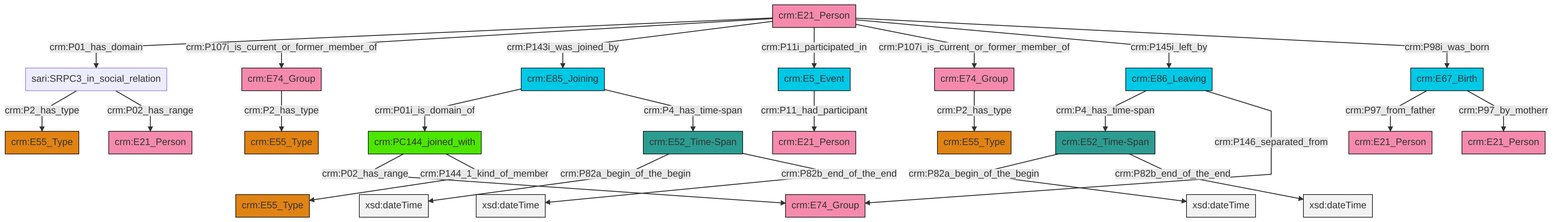
swiss-art-research-net/reference-data-models keeps this Mermaid diagram as et/personCSV/ttl/mmd/png/Person_Actor_Relations.png. Above is the earlier version. Its source is kept beside it as et/personCSV/ttl/mmd/Person_Actor_Relations.ttl.mmd.
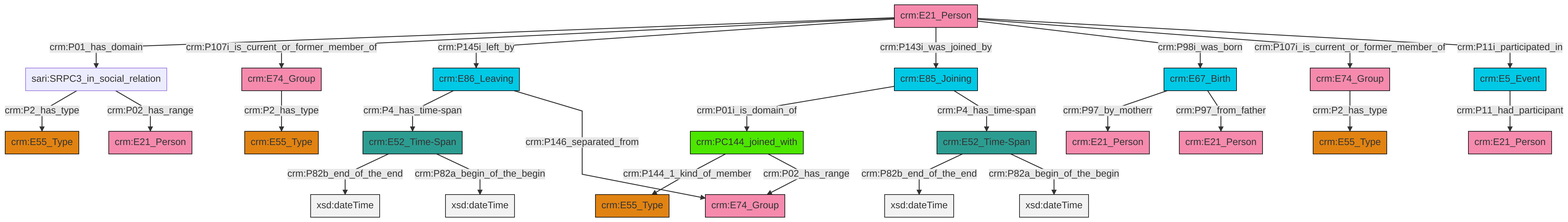
The same diagram one commit later.

Change to the diagram source:
```diff
@@ -13,27 +13,27 @@
 classDef PC_Classes fill:#4ce600, stroke:#000000;
 classDef Multi fill:#cccccc,stroke:#000000;
 
-6["crm:E52_Time-Span"]:::Time-Span -->|crm:P82a_begin_of_the_begin| 7[xsd:dateTime]:::Literal
-6["crm:E52_Time-Span"]:::Time-Span -->|crm:P82b_end_of_the_end| 8[xsd:dateTime]:::Literal
-9["crm:E85_Joining"]:::Temporal_Entity -->|crm:P01i_is_domain_of| 10["crm:PC144_joined_with"]:::PC_Classes
-0["crm:E86_Leaving"]:::Temporal_Entity -->|crm:P4_has_time-span| 11["crm:E52_Time-Span"]:::Time-Span
-10["crm:PC144_joined_with"]:::PC_Classes -->|crm:P02_has_range| 12["crm:E74_Group"]:::Actor
-4["crm:E67_Birth"]:::Temporal_Entity -->|crm:P97_from_father| 14["crm:E21_Person"]:::Actor
-16["crm:E21_Person"]:::Actor -->|crm:P01_has_domain| 17["sari:SRPC3_in_social_relation"]:::Default
-16["crm:E21_Person"]:::Actor -->|crm:P107i_is_current_or_former_member_of| 18["crm:E74_Group"]:::Actor
-10["crm:PC144_joined_with"]:::PC_Classes -->|crm:P144_1_kind_of_member| 19["crm:E55_Type"]:::Type
-16["crm:E21_Person"]:::Actor -->|crm:P143i_was_joined_by| 9["crm:E85_Joining"]:::Temporal_Entity
-22["crm:E74_Group"]:::Actor -->|crm:P2_has_type| 23["crm:E55_Type"]:::Type
-16["crm:E21_Person"]:::Actor -->|crm:P11i_participated_in| 24["crm:E5_Event"]:::Temporal_Entity
-24["crm:E5_Event"]:::Temporal_Entity -->|crm:P11_had_participant| 25["crm:E21_Person"]:::Actor
-18["crm:E74_Group"]:::Actor -->|crm:P2_has_type| 26["crm:E55_Type"]:::Type
-9["crm:E85_Joining"]:::Temporal_Entity -->|crm:P4_has_time-span| 6["crm:E52_Time-Span"]:::Time-Span
-17["sari:SRPC3_in_social_relation"]:::Default -->|crm:P2_has_type| 28["crm:E55_Type"]:::Type
-4["crm:E67_Birth"]:::Temporal_Entity -->|crm:P97_by_motherr| 30["crm:E21_Person"]:::Actor
-16["crm:E21_Person"]:::Actor -->|crm:P107i_is_current_or_former_member_of| 22["crm:E74_Group"]:::Actor
-11["crm:E52_Time-Span"]:::Time-Span -->|crm:P82a_begin_of_the_begin| 38[xsd:dateTime]:::Literal
-17["sari:SRPC3_in_social_relation"]:::Default -->|crm:P02_has_range| 2["crm:E21_Person"]:::Actor
-11["crm:E52_Time-Span"]:::Time-Span -->|crm:P82b_end_of_the_end| 41[xsd:dateTime]:::Literal
-16["crm:E21_Person"]:::Actor -->|crm:P145i_left_by| 0["crm:E86_Leaving"]:::Temporal_Entity
-16["crm:E21_Person"]:::Actor -->|crm:P98i_was_born| 4["crm:E67_Birth"]:::Temporal_Entity
-0["crm:E86_Leaving"]:::Temporal_Entity -->|crm:P146_separated_from| 12["crm:E74_Group"]:::Actor
+2["crm:PC144_joined_with"]:::PC_Classes -->|crm:P144_1_kind_of_member| 4["crm:E55_Type"]:::Type
+5["crm:E21_Person"]:::Actor -->|crm:P01_has_domain| 6["sari:SRPC3_in_social_relation"]:::Default
+7["crm:E74_Group"]:::Actor -->|crm:P2_has_type| 8["crm:E55_Type"]:::Type
+14["crm:E86_Leaving"]:::Temporal_Entity -->|crm:P4_has_time-span| 15["crm:E52_Time-Span"]:::Time-Span
+5["crm:E21_Person"]:::Actor -->|crm:P107i_is_current_or_former_member_of| 16["crm:E74_Group"]:::Actor
+0["crm:E5_Event"]:::Temporal_Entity -->|crm:P11_had_participant| 12["crm:E21_Person"]:::Actor
+5["crm:E21_Person"]:::Actor -->|crm:P145i_left_by| 14["crm:E86_Leaving"]:::Temporal_Entity
+22["crm:E67_Birth"]:::Temporal_Entity -->|crm:P97_by_motherr| 9["crm:E21_Person"]:::Actor
+23["crm:E52_Time-Span"]:::Time-Span -->|crm:P82b_end_of_the_end| 24[xsd:dateTime]:::Literal
+15["crm:E52_Time-Span"]:::Time-Span -->|crm:P82b_end_of_the_end| 28[xsd:dateTime]:::Literal
+6["sari:SRPC3_in_social_relation"]:::Default -->|crm:P2_has_type| 20["crm:E55_Type"]:::Type
+5["crm:E21_Person"]:::Actor -->|crm:P143i_was_joined_by| 31["crm:E85_Joining"]:::Temporal_Entity
+6["sari:SRPC3_in_social_relation"]:::Default -->|crm:P02_has_range| 18["crm:E21_Person"]:::Actor
+31["crm:E85_Joining"]:::Temporal_Entity -->|crm:P01i_is_domain_of| 2["crm:PC144_joined_with"]:::PC_Classes
+16["crm:E74_Group"]:::Actor -->|crm:P2_has_type| 25["crm:E55_Type"]:::Type
+31["crm:E85_Joining"]:::Temporal_Entity -->|crm:P4_has_time-span| 23["crm:E52_Time-Span"]:::Time-Span
+15["crm:E52_Time-Span"]:::Time-Span -->|crm:P82a_begin_of_the_begin| 38[xsd:dateTime]:::Literal
+14["crm:E86_Leaving"]:::Temporal_Entity -->|crm:P146_separated_from| 35["crm:E74_Group"]:::Actor
+22["crm:E67_Birth"]:::Temporal_Entity -->|crm:P97_from_father| 32["crm:E21_Person"]:::Actor
+2["crm:PC144_joined_with"]:::PC_Classes -->|crm:P02_has_range| 35["crm:E74_Group"]:::Actor
+23["crm:E52_Time-Span"]:::Time-Span -->|crm:P82a_begin_of_the_begin| 44[xsd:dateTime]:::Literal
+5["crm:E21_Person"]:::Actor -->|crm:P98i_was_born| 22["crm:E67_Birth"]:::Temporal_Entity
+5["crm:E21_Person"]:::Actor -->|crm:P107i_is_current_or_former_member_of| 7["crm:E74_Group"]:::Actor
+5["crm:E21_Person"]:::Actor -->|crm:P11i_participated_in| 0["crm:E5_Event"]:::Temporal_Entity
```
